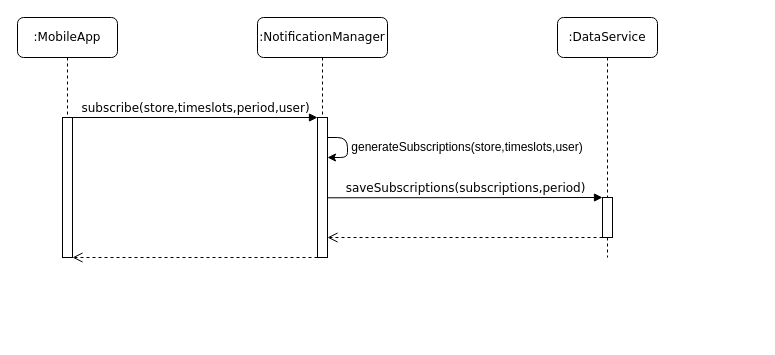
Before: Relevant DD information/Sequence Diagrams/DrawIO/subscribeSeq.drawio in EtionPinari/PinariRomeoSbrolli, a draw.io diagram. Source tidied: cells renumbered, new cells numbered last; positions are measured from the earlier drawing's top-left corner, leaving out a move shared by most shapes. Both pictures are drawn from the tidied source at 100%, with x=0, y=0 at pixel (17, 17).
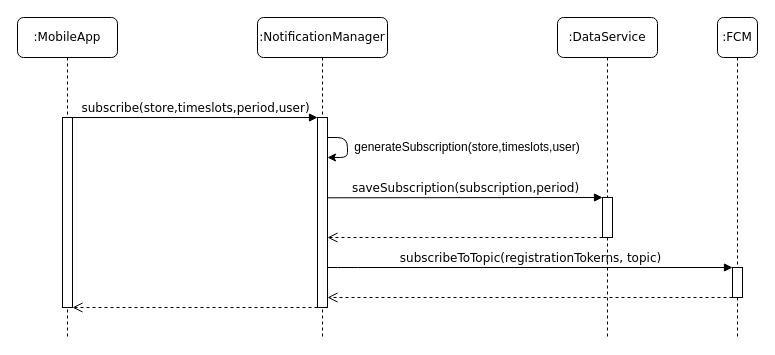
After the change.

The change refers to these unchanged cells:
```xml
<mxCell id="6" style="html=1;points=[];perimeter=orthogonalPerimeter;rounded=0;shadow=0;comic=0;labelBackgroundColor=none;strokeWidth=1;fontFamily=Verdana;fontSize=12;align=center;" parent="5" vertex="1">
  <mxGeometry x="45" y="180" width="10" height="40" as="geometry" />
</mxCell>
```

Diff of the diagram source:
```diff
@@
     <mxCell id="2" value=":NotificationManager" style="shape=umlLifeline;perimeter=lifelinePerimeter;whiteSpace=wrap;html=1;rounded=1;shadow=0;comic=0;labelBackgroundColor=none;strokeWidth=1;fontFamily=Verdana;fontSize=12;align=center;" parent="1" vertex="1">
-      <mxGeometry x="240" width="130" height="240" as="geometry" />
+      <mxGeometry x="240" width="130" height="320" as="geometry" />
     </mxCell>
     <mxCell id="3" style="html=1;points=[];perimeter=orthogonalPerimeter;rounded=0;shadow=0;comic=0;labelBackgroundColor=none;strokeWidth=1;fontFamily=Verdana;fontSize=12;align=center;" parent="2" vertex="1">
-      <mxGeometry x="60" y="100" width="10" height="140" as="geometry" />
+      <mxGeometry x="60" y="100" width="10" height="190" as="geometry" />
     </mxCell>
@@
     <mxCell id="5" value=":DataService" style="shape=umlLifeline;perimeter=lifelinePerimeter;whiteSpace=wrap;html=1;rounded=1;shadow=0;comic=0;labelBackgroundColor=none;strokeWidth=1;fontFamily=Verdana;fontSize=12;align=center;" parent="1" vertex="1">
-      <mxGeometry x="540" width="100" height="240" as="geometry" />
+      <mxGeometry x="540" width="100" height="320" as="geometry" />
     </mxCell>
@@
     <mxCell id="7" value=":MobileApp" style="shape=umlLifeline;perimeter=lifelinePerimeter;whiteSpace=wrap;html=1;rounded=1;shadow=0;comic=0;labelBackgroundColor=none;strokeWidth=1;fontFamily=Verdana;fontSize=12;align=center;" parent="1" vertex="1">
-      <mxGeometry width="100" height="240" as="geometry" />
+      <mxGeometry width="100" height="320" as="geometry" />
     </mxCell>
     <mxCell id="8" style="html=1;points=[];perimeter=orthogonalPerimeter;rounded=0;shadow=0;comic=0;labelBackgroundColor=none;strokeWidth=1;fontFamily=Verdana;fontSize=12;align=center;" parent="7" vertex="1">
-      <mxGeometry x="45" y="100" width="10" height="140" as="geometry" />
+      <mxGeometry x="45" y="100" width="10" height="190" as="geometry" />
     </mxCell>
@@
     <mxCell id="10" style="html=1;verticalAlign=bottom;endArrow=open;dashed=1;endSize=8;" parent="1" edge="1" source="3" target="8">
       <mxGeometry relative="1" as="geometry">
         <Array as="points">
-          <mxPoint x="190" y="240" />
+          <mxPoint x="190" y="290" />
         </Array>
       </mxGeometry>
     </mxCell>
-    <mxCell id="11" value="saveSubscriptions(subscriptions,period)" style="html=1;verticalAlign=bottom;endArrow=block;entryX=0;entryY=0;labelBackgroundColor=none;fontFamily=Verdana;fontSize=12;edgeStyle=elbowEdgeStyle;elbow=vertical;" parent="1" edge="1" target="6">
+    <mxCell id="11" value="saveSubscription(subscription,period)" style="html=1;verticalAlign=bottom;endArrow=block;entryX=0;entryY=0;labelBackgroundColor=none;fontFamily=Verdana;fontSize=12;edgeStyle=elbowEdgeStyle;elbow=vertical;" parent="1" edge="1" target="6">
       <mxGeometry relative="1" as="geometry">
         <mxPoint x="310" y="180.3" as="sourcePoint" />
       </mxGeometry>
     </mxCell>
@@
-    <mxCell id="13" value="generateSubscriptions(store,timeslots,user)" style="text;html=1;strokeColor=none;fillColor=none;align=center;verticalAlign=middle;whiteSpace=wrap;rounded=0;" parent="1" vertex="1">
+    <mxCell id="13" value="generateSubscription(store,timeslots,user)" style="text;html=1;strokeColor=none;fillColor=none;align=center;verticalAlign=middle;whiteSpace=wrap;rounded=0;" parent="1" vertex="1">
       <mxGeometry x="385" y="120" width="130" height="20" as="geometry" />
     </mxCell>
+    <mxCell id="14" value=":FCM" style="shape=umlLifeline;perimeter=lifelinePerimeter;whiteSpace=wrap;html=1;rounded=1;shadow=0;comic=0;labelBackgroundColor=none;strokeWidth=1;fontFamily=Verdana;fontSize=12;align=center;" parent="1" vertex="1">
+      <mxGeometry x="700" width="40" height="320" as="geometry" />
+    </mxCell>
+    <mxCell id="15" style="html=1;points=[];perimeter=orthogonalPerimeter;rounded=0;shadow=0;comic=0;labelBackgroundColor=none;strokeWidth=1;fontFamily=Verdana;fontSize=12;align=center;" parent="14" vertex="1">
+      <mxGeometry x="15" y="250" width="10" height="30" as="geometry" />
+    </mxCell>
+    <mxCell id="16" value="subscribeToTopic(registrationTokerns, topic)" style="html=1;verticalAlign=bottom;endArrow=block;labelBackgroundColor=none;fontFamily=Verdana;fontSize=12;edgeStyle=elbowEdgeStyle;elbow=vertical;" parent="1" edge="1" source="3" target="15">
+      <mxGeometry relative="1" as="geometry">
+        <Array as="points">
+          <mxPoint x="330" y="250" />
+          <mxPoint x="513" y="240" />
+        </Array>
+      </mxGeometry>
+    </mxCell>
+    <mxCell id="17" style="html=1;verticalAlign=bottom;endArrow=open;dashed=1;endSize=8;" parent="1" edge="1" source="15" target="3">
+      <mxGeometry relative="1" as="geometry">
+        <Array as="points">
+          <mxPoint x="420" y="280" />
+        </Array>
+      </mxGeometry>
+    </mxCell>
```
